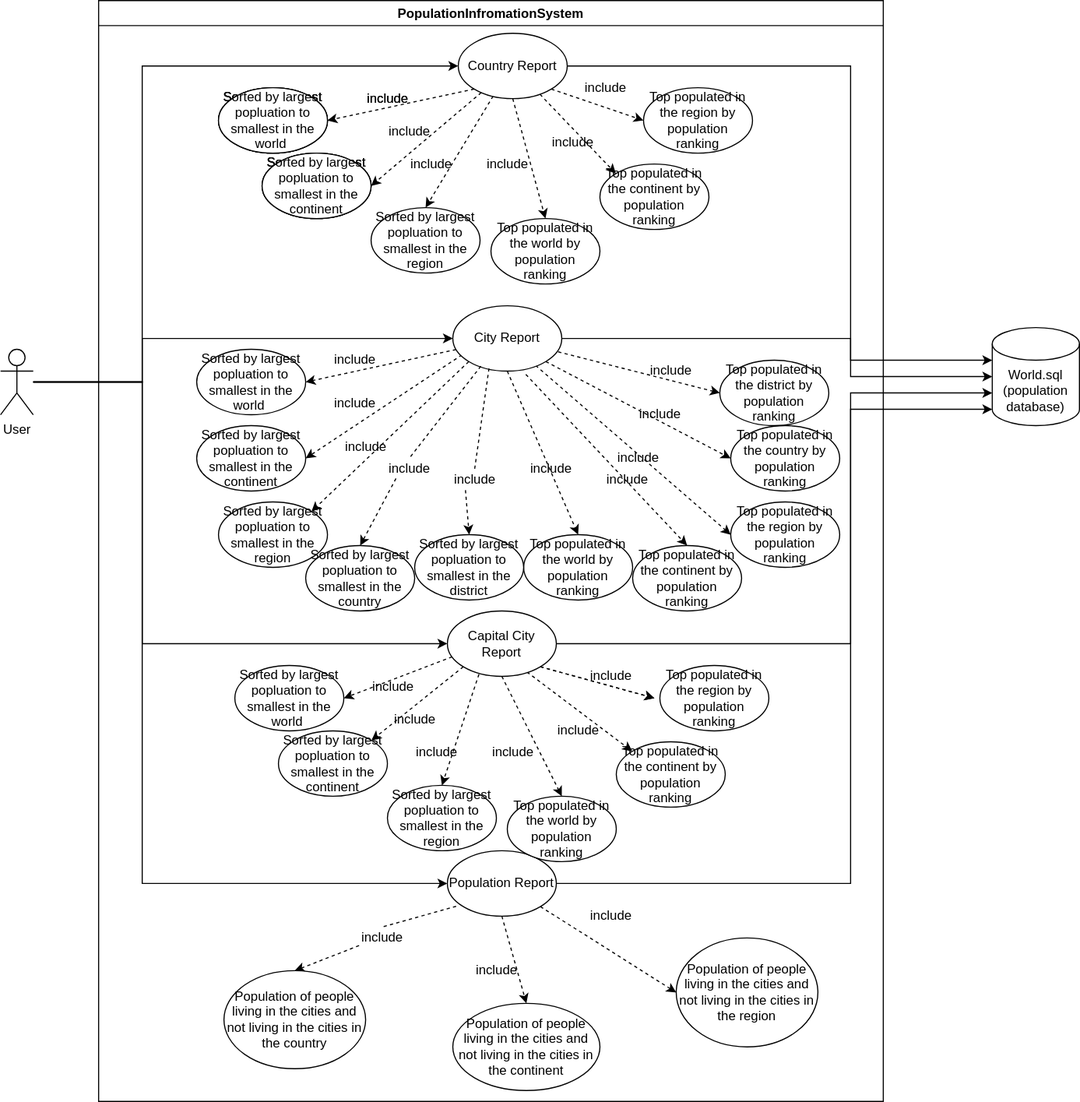
The draw.io diagram Usecase/PopulationInfromationSystem.svg in ChawThiriSoe1779/SET09623Gp2, before a commit. Source tidied: cells renumbered, new cells last; positions are measured from the earlier drawing's top-left corner, leaving out a move shared by most shapes.
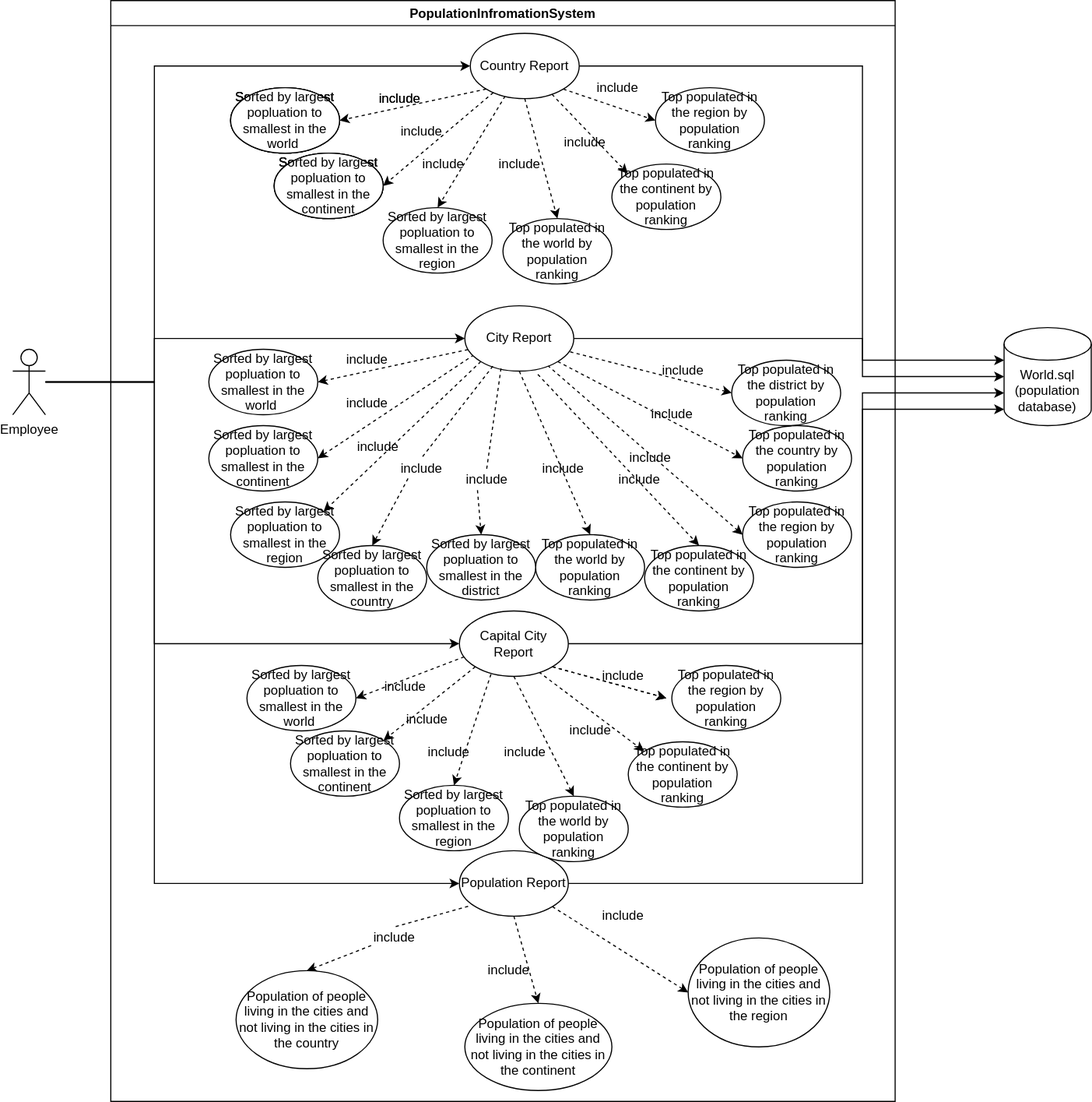
Above is the later version.

Diff of the diagram source:
```diff
@@ -303,7 +303,7 @@
         </Array>
       </mxGeometry>
     </mxCell>
-    <mxCell id="94" value="User" style="shape=umlActor;verticalLabelPosition=bottom;verticalAlign=top;html=1;outlineConnect=0;" parent="1" vertex="1">
+    <mxCell id="94" value="Employee" style="shape=umlActor;verticalLabelPosition=bottom;verticalAlign=top;html=1;outlineConnect=0;" parent="1" vertex="1">
       <mxGeometry y="320" width="30" height="60" as="geometry" />
     </mxCell>
     <mxCell id="95" value="World.sql&lt;br&gt;(population database)" style="shape=cylinder3;whiteSpace=wrap;html=1;boundedLbl=1;backgroundOutline=1;size=15;" parent="1" vertex="1">
```
